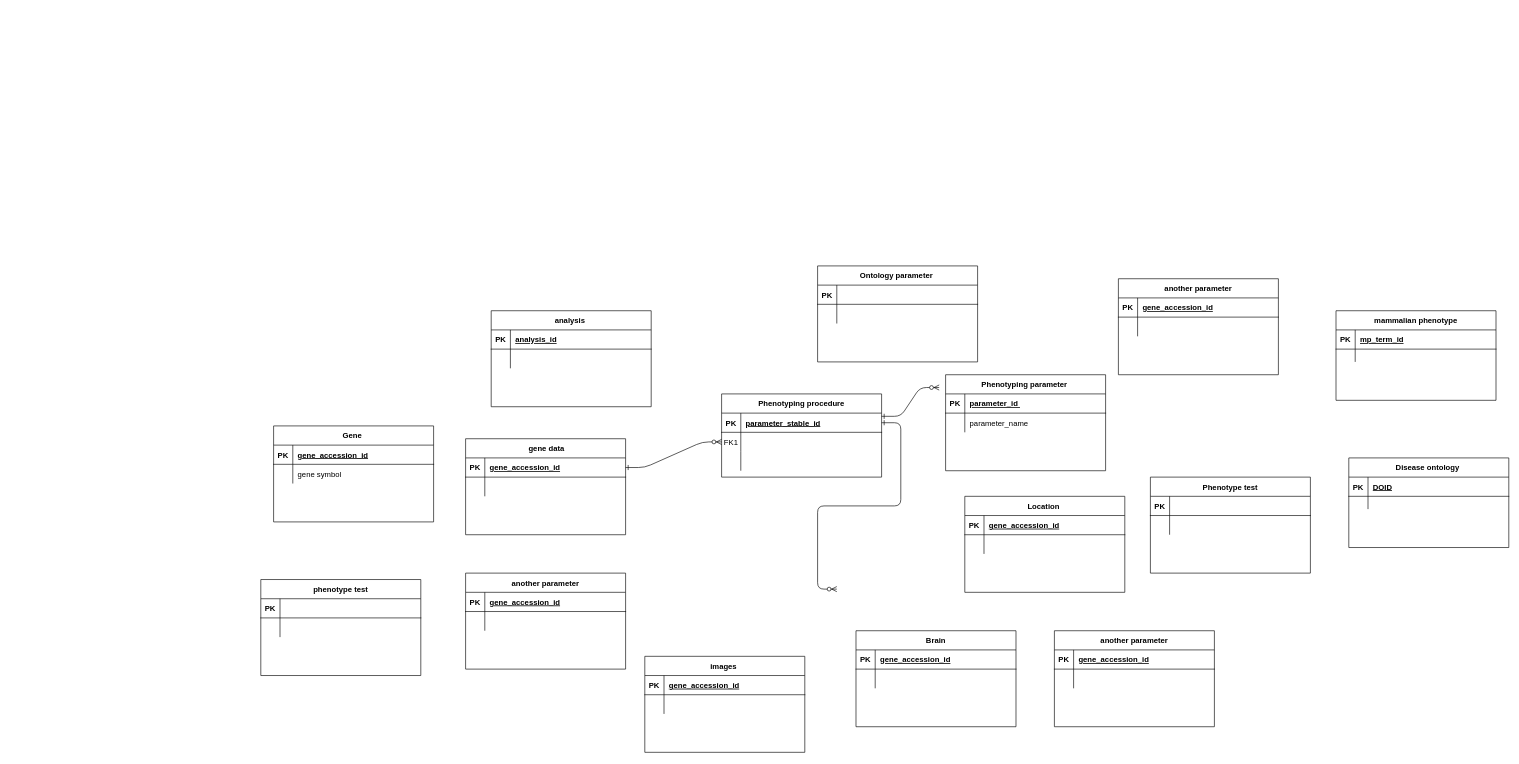
mgonsalves136/Data-cleaning-and-data-management keeps this draw.io diagram as Database schema.drawio. Above is the earlier version. Source tidied: cells renumbered, new cells numbered last; positions are measured from the earlier drawing's top-left corner, leaving out a move shared by most shapes. Both pictures are drawn from the tidied source at 64%, with x=0, y=0 at pixel (260, 266).
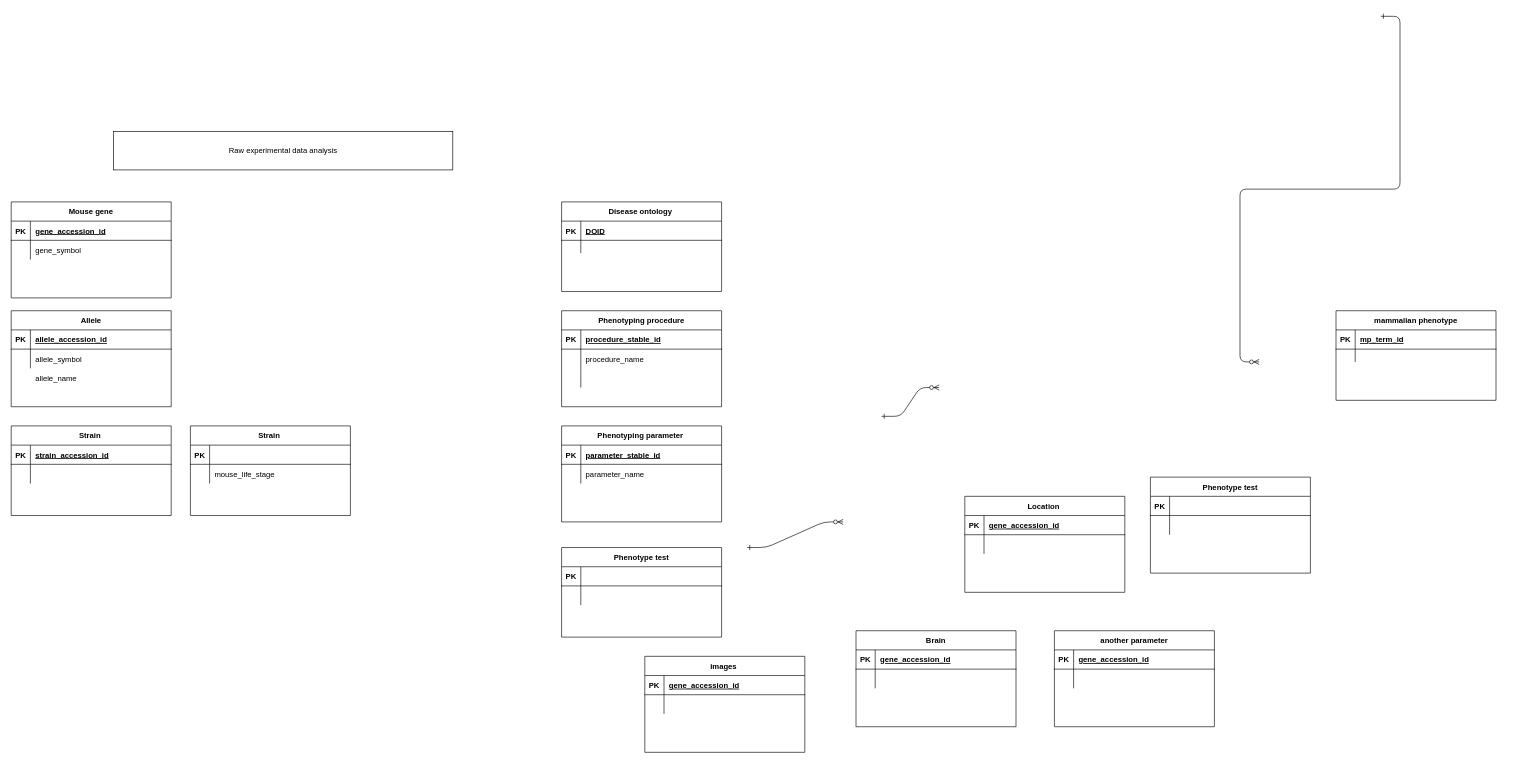
Above is the later version.

The change refers to these unchanged cells:
```xml
<mxCell id="5" style="shape=partialRectangle;fillColor=none;points=[[0,0.5],[1,0.5]];portConstraint=eastwest;top=0;left=0;right=0;bottom=1;" parent="4" vertex="1">
  <mxGeometry y="30" width="250" height="30" as="geometry" />
</mxCell>
<mxCell id="8" style="shape=partialRectangle;fillColor=none;points=[[0,0.5],[1,0.5]];portConstraint=eastwest;top=0;left=0;right=0;bottom=0;" parent="4" vertex="1">
  <mxGeometry y="60" width="250" height="30" as="geometry" />
</mxCell>
<mxCell id="23" style="shape=partialRectangle;fillColor=none;top=0;left=0;right=0;bottom=1;" parent="22" vertex="1">
  <mxGeometry y="30" width="250" height="30" as="geometry" />
</mxCell>
<mxCell id="72" style="shape=partialRectangle;fillColor=none;top=0;left=0;right=0;bottom=1;" parent="71" vertex="1">
  <mxGeometry y="30" width="250" height="30" as="geometry" />
</mxCell>
<mxCell id="75" style="shape=partialRectangle;fillColor=none;top=0;left=0;right=0;bottom=0;" parent="71" vertex="1">
  <mxGeometry y="60" width="250" height="30" as="geometry" />
</mxCell>
<mxCell id="82" style="shape=partialRectangle;fillColor=none;top=0;left=0;right=0;bottom=0;" parent="78" vertex="1">
  <mxGeometry y="60" width="250" height="30" as="geometry" />
</mxCell>
```

What changed in the source:
```diff
@@
-    <mxCell id="2" style="edgeStyle=entityRelationEdgeStyle;endArrow=ERzeroToMany;startArrow=ERone;endFill=1;startFill=0;" parent="1" edge="1" source="15" target="8">
-      <mxGeometry relative="1" as="geometry" />
+    <mxCell id="2" style="edgeStyle=entityRelationEdgeStyle;endArrow=ERzeroToMany;startArrow=ERone;endFill=1;startFill=0;" parent="1" edge="1">
+      <mxGeometry relative="1" as="geometry">
+        <mxPoint x="760" y="440" as="sourcePoint" />
+        <mxPoint x="910" y="400" as="targetPoint" />
+      </mxGeometry>
     </mxCell>
-    <mxCell id="3" style="edgeStyle=entityRelationEdgeStyle;endArrow=ERzeroToMany;startArrow=ERone;endFill=1;startFill=0;" parent="1" edge="1" source="5">
+    <mxCell id="3" style="edgeStyle=entityRelationEdgeStyle;endArrow=ERzeroToMany;startArrow=ERone;endFill=1;startFill=0;" parent="1" edge="1">
       <mxGeometry relative="1" as="geometry">
-        <mxPoint x="900" y="505" as="targetPoint" />
+        <mxPoint x="1750" y="-390" as="sourcePoint" />
+        <mxPoint x="1560" y="150" as="targetPoint" />
       </mxGeometry>
     </mxCell>
     <mxCell id="4" value="Phenotyping procedure" style="shape=table;startSize=30;childLayout=tableLayout;rowLines=0;fontStyle=1;align=center;" parent="1" vertex="1">
-      <mxGeometry x="720" y="200" width="250" height="130" as="geometry" />
+      <mxGeometry x="470" y="70" width="250" height="150" as="geometry" />
     </mxCell>
@@
-    <mxCell id="7" value="parameter_stable_id" style="shape=partialRectangle;overflow=hidden;fillColor=none;top=0;left=0;bottom=0;right=0;align=left;spacingLeft=6;fontStyle=5;" parent="5" vertex="1">
+    <mxCell id="7" value="procedure_stable_id" style="shape=partialRectangle;overflow=hidden;fillColor=none;top=0;left=0;bottom=0;right=0;align=left;spacingLeft=6;fontStyle=5;" parent="5" vertex="1">
       <mxGeometry x="30" width="220" height="30" as="geometry" />
     </mxCell>
@@
-    <mxCell id="9" value="FK1" style="shape=partialRectangle;overflow=hidden;fillColor=none;top=0;left=0;bottom=0;right=0;" parent="8" vertex="1">
+    <mxCell id="9" style="shape=partialRectangle;overflow=hidden;fillColor=none;top=0;left=0;bottom=0;right=0;" parent="8" vertex="1">
       <mxGeometry width="30" height="30" as="geometry" />
     </mxCell>
-    <mxCell id="10" style="shape=partialRectangle;overflow=hidden;fillColor=none;top=0;left=0;bottom=0;right=0;align=left;spacingLeft=6;" parent="8" vertex="1">
+    <mxCell id="10" value="procedure_name" style="shape=partialRectangle;overflow=hidden;fillColor=none;top=0;left=0;bottom=0;right=0;align=left;spacingLeft=6;" parent="8" vertex="1">
       <mxGeometry x="30" width="220" height="30" as="geometry" />
     </mxCell>
@@
-    <mxCell id="14" value=" gene data" style="shape=table;startSize=30;childLayout=tableLayout;rowLines=0;fontStyle=1;align=center;" parent="1" vertex="1">
-      <mxGeometry x="320" y="270" width="250" height="150" as="geometry" />
-    </mxCell>
-    <mxCell id="15" style="shape=partialRectangle;fillColor=none;points=[[0,0.5],[1,0.5]];portConstraint=eastwest;top=0;left=0;right=0;bottom=1;" parent="14" vertex="1">
-      <mxGeometry y="30" width="250" height="30" as="geometry" />
-    </mxCell>
-    <mxCell id="16" value="PK" style="shape=partialRectangle;overflow=hidden;fillColor=none;top=0;left=0;bottom=0;right=0;fontStyle=1;" parent="15" vertex="1">
-      <mxGeometry width="30" height="30" as="geometry" />
-    </mxCell>
-    <mxCell id="17" value="gene_accession_id" style="shape=partialRectangle;overflow=hidden;fillColor=none;top=0;left=0;bottom=0;right=0;align=left;spacingLeft=6;fontStyle=5;" parent="15" vertex="1">
-      <mxGeometry x="30" width="220" height="30" as="geometry" />
-    </mxCell>
-    <mxCell id="18" style="shape=partialRectangle;fillColor=none;top=0;left=0;right=0;bottom=0;" parent="14" vertex="1">
-      <mxGeometry y="60" width="250" height="30" as="geometry" />
-    </mxCell>
-    <mxCell id="19" style="shape=partialRectangle;overflow=hidden;fillColor=none;top=0;left=0;bottom=0;right=0;" parent="18" vertex="1">
-      <mxGeometry width="30" height="30" as="geometry" />
-    </mxCell>
-    <mxCell id="20" style="shape=partialRectangle;overflow=hidden;fillColor=none;top=0;left=0;bottom=0;right=0;align=left;spacingLeft=6;" parent="18" vertex="1">
-      <mxGeometry x="30" width="220" height="30" as="geometry" />
-    </mxCell>
@@
     <mxCell id="22" value="Phenotyping parameter " style="shape=table;startSize=30;childLayout=tableLayout;rowLines=0;fontStyle=1;align=center;" parent="1" vertex="1">
-      <mxGeometry x="1070" y="170" width="250" height="150" as="geometry" />
+      <mxGeometry x="470" y="250" width="250" height="150" as="geometry" />
     </mxCell>
@@
-    <mxCell id="25" value="parameter_id " style="shape=partialRectangle;overflow=hidden;fillColor=none;top=0;left=0;bottom=0;right=0;align=left;spacingLeft=6;fontStyle=5;" parent="23" vertex="1">
+    <mxCell id="25" value="parameter_stable_id" style="shape=partialRectangle;overflow=hidden;fillColor=none;top=0;left=0;bottom=0;right=0;align=left;spacingLeft=6;fontStyle=5;" parent="23" vertex="1">
       <mxGeometry x="30" width="220" height="30" as="geometry" />
     </mxCell>
@@
-    <mxCell id="36" value="Ontology parameter " style="shape=table;startSize=30;childLayout=tableLayout;rowLines=0;fontStyle=1;align=center;" parent="1" vertex="1">
-      <mxGeometry x="870" width="250" height="150" as="geometry" />
-    </mxCell>
-    <mxCell id="37" style="shape=partialRectangle;fillColor=none;top=0;left=0;right=0;bottom=1;" parent="36" vertex="1">
-      <mxGeometry y="30" width="250" height="30" as="geometry" />
-    </mxCell>
-    <mxCell id="38" value="PK" style="shape=partialRectangle;overflow=hidden;fillColor=none;top=0;left=0;bottom=0;right=0;fontStyle=1;" parent="37" vertex="1">
-      <mxGeometry width="30" height="30" as="geometry" />
-    </mxCell>
-    <mxCell id="39" style="shape=partialRectangle;overflow=hidden;fillColor=none;top=0;left=0;bottom=0;right=0;align=left;spacingLeft=6;fontStyle=5;" parent="37" vertex="1">
-      <mxGeometry x="30" width="220" height="30" as="geometry" />
-    </mxCell>
-    <mxCell id="40" style="shape=partialRectangle;fillColor=none;top=0;left=0;right=0;bottom=0;" parent="36" vertex="1">
-      <mxGeometry y="60" width="250" height="30" as="geometry" />
-    </mxCell>
-    <mxCell id="41" style="shape=partialRectangle;overflow=hidden;fillColor=none;top=0;left=0;bottom=0;right=0;" parent="40" vertex="1">
-      <mxGeometry width="30" height="30" as="geometry" />
-    </mxCell>
-    <mxCell id="42" style="shape=partialRectangle;overflow=hidden;fillColor=none;top=0;left=0;bottom=0;right=0;align=left;spacingLeft=6;" parent="40" vertex="1">
-      <mxGeometry x="30" width="220" height="30" as="geometry" />
-    </mxCell>
@@
-    <mxCell id="50" value="another parameter" style="shape=table;startSize=30;childLayout=tableLayout;rowLines=0;fontStyle=1;align=center;" parent="1" vertex="1">
-      <mxGeometry x="320" y="480" width="250" height="150" as="geometry" />
-    </mxCell>
-    <mxCell id="51" style="shape=partialRectangle;fillColor=none;top=0;left=0;right=0;bottom=1;" parent="50" vertex="1">
-      <mxGeometry y="30" width="250" height="30" as="geometry" />
-    </mxCell>
-    <mxCell id="52" value="PK" style="shape=partialRectangle;overflow=hidden;fillColor=none;top=0;left=0;bottom=0;right=0;fontStyle=1;" parent="51" vertex="1">
-      <mxGeometry width="30" height="30" as="geometry" />
-    </mxCell>
-    <mxCell id="53" value="gene_accession_id" style="shape=partialRectangle;overflow=hidden;fillColor=none;top=0;left=0;bottom=0;right=0;align=left;spacingLeft=6;fontStyle=5;" parent="51" vertex="1">
-      <mxGeometry x="30" width="220" height="30" as="geometry" />
-    </mxCell>
-    <mxCell id="54" style="shape=partialRectangle;fillColor=none;top=0;left=0;right=0;bottom=0;" parent="50" vertex="1">
-      <mxGeometry y="60" width="250" height="30" as="geometry" />
-    </mxCell>
-    <mxCell id="55" style="shape=partialRectangle;overflow=hidden;fillColor=none;top=0;left=0;bottom=0;right=0;" parent="54" vertex="1">
-      <mxGeometry width="30" height="30" as="geometry" />
-    </mxCell>
-    <mxCell id="56" style="shape=partialRectangle;overflow=hidden;fillColor=none;top=0;left=0;bottom=0;right=0;align=left;spacingLeft=6;" parent="54" vertex="1">
-      <mxGeometry x="30" width="220" height="30" as="geometry" />
-    </mxCell>
@@
-    <mxCell id="64" value="another parameter" style="shape=table;startSize=30;childLayout=tableLayout;rowLines=0;fontStyle=1;align=center;" parent="1" vertex="1">
-      <mxGeometry x="1340" y="20" width="250" height="150" as="geometry" />
-    </mxCell>
-    <mxCell id="65" style="shape=partialRectangle;fillColor=none;top=0;left=0;right=0;bottom=1;" parent="64" vertex="1">
-      <mxGeometry y="30" width="250" height="30" as="geometry" />
-    </mxCell>
-    <mxCell id="66" value="PK" style="shape=partialRectangle;overflow=hidden;fillColor=none;top=0;left=0;bottom=0;right=0;fontStyle=1;" parent="65" vertex="1">
-      <mxGeometry width="30" height="30" as="geometry" />
-    </mxCell>
-    <mxCell id="67" value="gene_accession_id" style="shape=partialRectangle;overflow=hidden;fillColor=none;top=0;left=0;bottom=0;right=0;align=left;spacingLeft=6;fontStyle=5;" parent="65" vertex="1">
-      <mxGeometry x="30" width="220" height="30" as="geometry" />
-    </mxCell>
-    <mxCell id="68" style="shape=partialRectangle;fillColor=none;top=0;left=0;right=0;bottom=0;" parent="64" vertex="1">
-      <mxGeometry y="60" width="250" height="30" as="geometry" />
-    </mxCell>
-    <mxCell id="69" style="shape=partialRectangle;overflow=hidden;fillColor=none;top=0;left=0;bottom=0;right=0;" parent="68" vertex="1">
-      <mxGeometry width="30" height="30" as="geometry" />
-    </mxCell>
-    <mxCell id="70" style="shape=partialRectangle;overflow=hidden;fillColor=none;top=0;left=0;bottom=0;right=0;align=left;spacingLeft=6;" parent="68" vertex="1">
-      <mxGeometry x="30" width="220" height="30" as="geometry" />
-    </mxCell>
-    <mxCell id="71" value="phenotype test" style="shape=table;startSize=30;childLayout=tableLayout;rowLines=0;fontStyle=1;align=center;" parent="1" vertex="1">
-      <mxGeometry y="490" width="250" height="150" as="geometry" />
+    <mxCell id="71" value="Allele" style="shape=table;startSize=30;childLayout=tableLayout;rowLines=0;fontStyle=1;align=center;" parent="1" vertex="1">
+      <mxGeometry x="-390" y="70" width="250" height="150" as="geometry" />
     </mxCell>
@@
-    <mxCell id="74" style="shape=partialRectangle;overflow=hidden;fillColor=none;top=0;left=0;bottom=0;right=0;align=left;spacingLeft=6;fontStyle=5;" parent="72" vertex="1">
+    <mxCell id="74" value="allele_accession_id" style="shape=partialRectangle;overflow=hidden;fillColor=none;top=0;left=0;bottom=0;right=0;align=left;spacingLeft=6;fontStyle=5;" parent="72" vertex="1">
       <mxGeometry x="30" width="220" height="30" as="geometry" />
     </mxCell>
@@
-    <mxCell id="77" style="shape=partialRectangle;overflow=hidden;fillColor=none;top=0;left=0;bottom=0;right=0;align=left;spacingLeft=6;" parent="75" vertex="1">
+    <mxCell id="77" value="allele_symbol " style="shape=partialRectangle;overflow=hidden;fillColor=none;top=0;left=0;bottom=0;right=0;align=left;spacingLeft=6;" parent="75" vertex="1">
       <mxGeometry x="30" width="220" height="30" as="geometry" />
     </mxCell>
-    <mxCell id="78" value="Gene " style="shape=table;startSize=30;childLayout=tableLayout;rowLines=0;fontStyle=1;align=center;" parent="1" vertex="1">
-      <mxGeometry x="20" y="250" width="250" height="150" as="geometry" />
+    <mxCell id="78" value="Mouse gene" style="shape=table;startSize=30;childLayout=tableLayout;rowLines=0;fontStyle=1;align=center;" parent="1" vertex="1">
+      <mxGeometry x="-390" y="-100" width="250" height="150" as="geometry" />
     </mxCell>
@@
-    <mxCell id="84" value="gene symbol " style="shape=partialRectangle;overflow=hidden;fillColor=none;top=0;left=0;bottom=0;right=0;align=left;spacingLeft=6;" parent="82" vertex="1">
+    <mxCell id="84" value="gene_symbol " style="shape=partialRectangle;overflow=hidden;fillColor=none;top=0;left=0;bottom=0;right=0;align=left;spacingLeft=6;" parent="82" vertex="1">
       <mxGeometry x="30" width="220" height="30" as="geometry" />
     </mxCell>
-    <mxCell id="85" style="shape=partialRectangle;overflow=hidden;fillColor=none;top=0;left=0;bottom=0;right=0;align=left;spacingLeft=6;" parent="1" vertex="1">
-      <mxGeometry x="50" y="340" width="220" height="30" as="geometry" />
-    </mxCell>
-    <mxCell id="86" value="analysis " style="shape=table;startSize=30;childLayout=tableLayout;rowLines=0;fontStyle=1;align=center;" parent="1" vertex="1">
-      <mxGeometry x="360" y="70" width="250" height="150" as="geometry" />
-    </mxCell>
-    <mxCell id="87" style="shape=partialRectangle;fillColor=none;top=0;left=0;right=0;bottom=1;" parent="86" vertex="1">
-      <mxGeometry y="30" width="250" height="30" as="geometry" />
-    </mxCell>
-    <mxCell id="88" value="PK" style="shape=partialRectangle;overflow=hidden;fillColor=none;top=0;left=0;bottom=0;right=0;fontStyle=1;" parent="87" vertex="1">
-      <mxGeometry width="30" height="30" as="geometry" />
-    </mxCell>
-    <mxCell id="89" value="analysis_id" style="shape=partialRectangle;overflow=hidden;fillColor=none;top=0;left=0;bottom=0;right=0;align=left;spacingLeft=6;fontStyle=5;" parent="87" vertex="1">
-      <mxGeometry x="30" width="220" height="30" as="geometry" />
-    </mxCell>
-    <mxCell id="90" style="shape=partialRectangle;fillColor=none;top=0;left=0;right=0;bottom=0;" parent="86" vertex="1">
-      <mxGeometry y="60" width="250" height="30" as="geometry" />
-    </mxCell>
-    <mxCell id="91" style="shape=partialRectangle;overflow=hidden;fillColor=none;top=0;left=0;bottom=0;right=0;" parent="90" vertex="1">
-      <mxGeometry width="30" height="30" as="geometry" />
-    </mxCell>
-    <mxCell id="92" style="shape=partialRectangle;overflow=hidden;fillColor=none;top=0;left=0;bottom=0;right=0;align=left;spacingLeft=6;" parent="90" vertex="1">
-      <mxGeometry x="30" width="220" height="30" as="geometry" />
-    </mxCell>
@@
     <mxCell id="100" value="Disease ontology " style="shape=table;startSize=30;childLayout=tableLayout;rowLines=0;fontStyle=1;align=center;" parent="1" vertex="1">
-      <mxGeometry x="1700" y="300" width="250" height="140" as="geometry" />
+      <mxGeometry x="470" y="-100" width="250" height="140" as="geometry" />
     </mxCell>
@@
+    <mxCell id="121" value="allele_name" style="shape=partialRectangle;overflow=hidden;fillColor=none;top=0;left=0;bottom=0;right=0;align=left;spacingLeft=6;" parent="1" vertex="1">
+      <mxGeometry x="-360" y="160" width="220" height="30" as="geometry" />
+    </mxCell>
+    <mxCell id="122" value="Phenotype test" style="shape=table;startSize=30;childLayout=tableLayout;rowLines=0;fontStyle=1;align=center;" parent="1" vertex="1">
+      <mxGeometry x="470" y="440" width="250" height="140" as="geometry" />
+    </mxCell>
+    <mxCell id="123" style="shape=partialRectangle;fillColor=none;top=0;left=0;right=0;bottom=1;" parent="122" vertex="1">
+      <mxGeometry y="30" width="250" height="30" as="geometry" />
+    </mxCell>
+    <mxCell id="124" value="PK" style="shape=partialRectangle;overflow=hidden;fillColor=none;top=0;left=0;bottom=0;right=0;fontStyle=1;" parent="123" vertex="1">
+      <mxGeometry width="30" height="30" as="geometry" />
+    </mxCell>
+    <mxCell id="125" style="shape=partialRectangle;overflow=hidden;fillColor=none;top=0;left=0;bottom=0;right=0;align=left;spacingLeft=6;fontStyle=5;" parent="123" vertex="1">
+      <mxGeometry x="30" width="220" height="30" as="geometry" />
+    </mxCell>
+    <mxCell id="126" style="shape=partialRectangle;fillColor=none;top=0;left=0;right=0;bottom=0;" parent="122" vertex="1">
+      <mxGeometry y="60" width="250" height="30" as="geometry" />
+    </mxCell>
+    <mxCell id="127" style="shape=partialRectangle;overflow=hidden;fillColor=none;top=0;left=0;bottom=0;right=0;" parent="126" vertex="1">
+      <mxGeometry width="30" height="30" as="geometry" />
+    </mxCell>
+    <mxCell id="128" style="shape=partialRectangle;overflow=hidden;fillColor=none;top=0;left=0;bottom=0;right=0;align=left;spacingLeft=6;" parent="126" vertex="1">
+      <mxGeometry x="30" width="220" height="30" as="geometry" />
+    </mxCell>
+    <mxCell id="129" value="Strain " style="shape=table;startSize=30;childLayout=tableLayout;rowLines=0;fontStyle=1;align=center;" parent="1" vertex="1">
+      <mxGeometry x="-390" y="250" width="250" height="140" as="geometry" />
+    </mxCell>
+    <mxCell id="130" style="shape=partialRectangle;fillColor=none;top=0;left=0;right=0;bottom=1;" parent="129" vertex="1">
+      <mxGeometry y="30" width="250" height="30" as="geometry" />
+    </mxCell>
+    <mxCell id="131" value="PK" style="shape=partialRectangle;overflow=hidden;fillColor=none;top=0;left=0;bottom=0;right=0;fontStyle=1;" parent="130" vertex="1">
+      <mxGeometry width="30" height="30" as="geometry" />
+    </mxCell>
+    <mxCell id="132" value="strain_accession_id" style="shape=partialRectangle;overflow=hidden;fillColor=none;top=0;left=0;bottom=0;right=0;align=left;spacingLeft=6;fontStyle=5;" parent="130" vertex="1">
+      <mxGeometry x="30" width="220" height="30" as="geometry" />
+    </mxCell>
+    <mxCell id="133" style="shape=partialRectangle;fillColor=none;top=0;left=0;right=0;bottom=0;" parent="129" vertex="1">
+      <mxGeometry y="60" width="250" height="30" as="geometry" />
+    </mxCell>
+    <mxCell id="134" style="shape=partialRectangle;overflow=hidden;fillColor=none;top=0;left=0;bottom=0;right=0;" parent="133" vertex="1">
+      <mxGeometry width="30" height="30" as="geometry" />
+    </mxCell>
+    <mxCell id="135" style="shape=partialRectangle;overflow=hidden;fillColor=none;top=0;left=0;bottom=0;right=0;align=left;spacingLeft=6;" parent="133" vertex="1">
+      <mxGeometry x="30" width="220" height="30" as="geometry" />
+    </mxCell>
+    <mxCell id="136" value="Strain " style="shape=table;startSize=30;childLayout=tableLayout;rowLines=0;fontStyle=1;align=center;" parent="1" vertex="1">
+      <mxGeometry x="-110" y="250" width="250" height="140" as="geometry" />
+    </mxCell>
+    <mxCell id="137" style="shape=partialRectangle;fillColor=none;top=0;left=0;right=0;bottom=1;" parent="136" vertex="1">
+      <mxGeometry y="30" width="250" height="30" as="geometry" />
+    </mxCell>
+    <mxCell id="138" value="PK" style="shape=partialRectangle;overflow=hidden;fillColor=none;top=0;left=0;bottom=0;right=0;fontStyle=1;" parent="137" vertex="1">
+      <mxGeometry width="30" height="30" as="geometry" />
+    </mxCell>
+    <mxCell id="139" style="shape=partialRectangle;overflow=hidden;fillColor=none;top=0;left=0;bottom=0;right=0;align=left;spacingLeft=6;fontStyle=5;" parent="137" vertex="1">
+      <mxGeometry x="30" width="220" height="30" as="geometry" />
+    </mxCell>
+    <mxCell id="140" style="shape=partialRectangle;fillColor=none;top=0;left=0;right=0;bottom=0;" parent="136" vertex="1">
+      <mxGeometry y="60" width="250" height="30" as="geometry" />
+    </mxCell>
+    <mxCell id="141" style="shape=partialRectangle;overflow=hidden;fillColor=none;top=0;left=0;bottom=0;right=0;" parent="140" vertex="1">
+      <mxGeometry width="30" height="30" as="geometry" />
+    </mxCell>
+    <mxCell id="142" value="mouse_life_stage" style="shape=partialRectangle;overflow=hidden;fillColor=none;top=0;left=0;bottom=0;right=0;align=left;spacingLeft=6;" parent="140" vertex="1">
+      <mxGeometry x="30" width="220" height="30" as="geometry" />
+    </mxCell>
+    <mxCell id="143" value="Raw experimental data analysis" style="whiteSpace=wrap;html=1;" parent="1" vertex="1">
+      <mxGeometry x="-230" y="-210" width="530" height="60" as="geometry" />
+    </mxCell>
```
